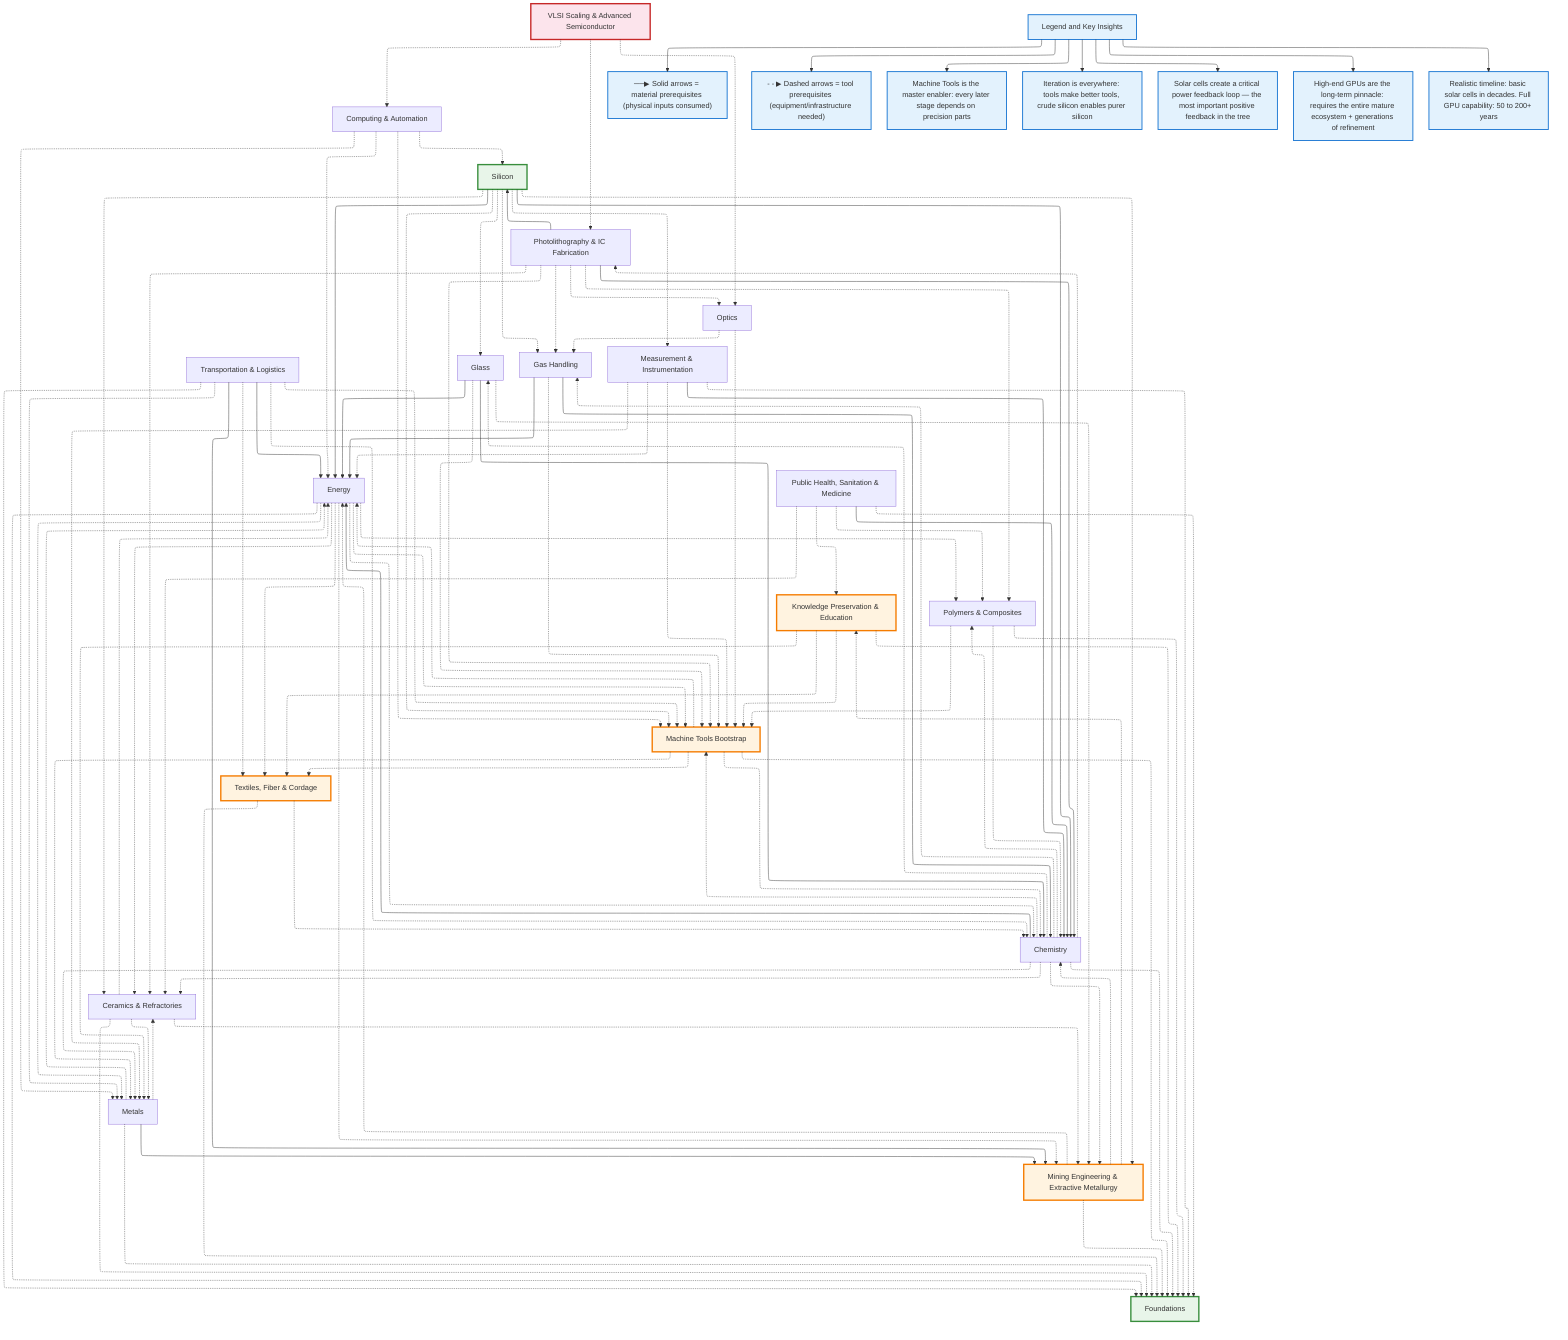
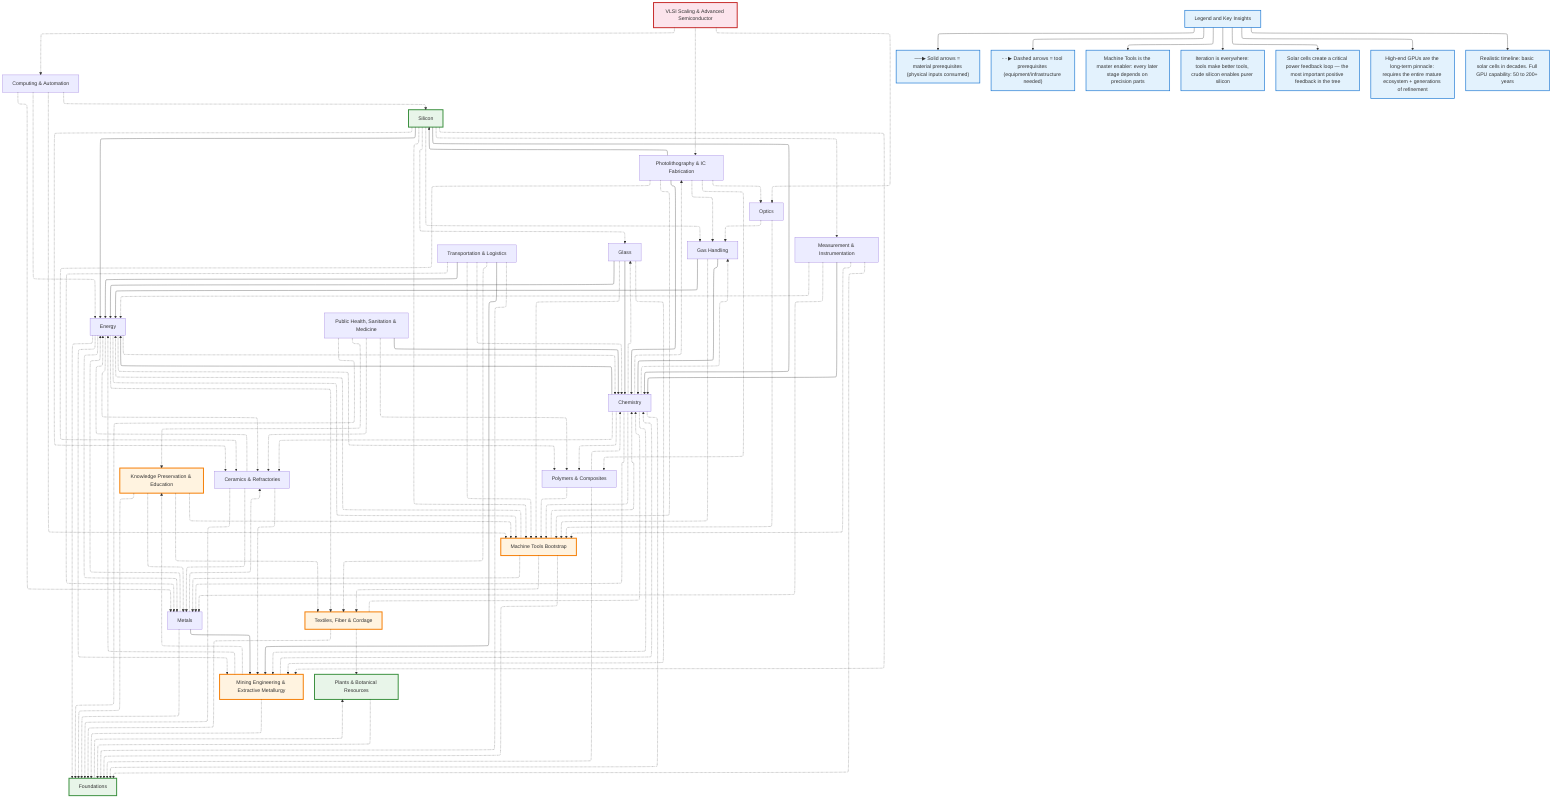
%%{init: {"flowchart": {"defaultRenderer": "elk", "htmlLabels": true}}}%%
graph TD
    %% ==================== DOMAIN NODES ====================
    foundations["Foundations"]
    metals["Metals"]
    machine-tools["Machine Tools Bootstrap"]
    energy["Energy"]
    chemistry["Chemistry"]
    silicon["Silicon"]
    photolithography["Photolithography & IC Fabrication"]
    vlsi-scaling["VLSI Scaling & Advanced Semiconductor"]
    knowledge["Knowledge Preservation & Education"]
    transport["Transportation & Logistics"]
    computing["Computing & Automation"]
    health["Public Health, Sanitation & Medicine"]
    textiles["Textiles, Fiber & Cordage"]
    mining["Mining Engineering & Extractive Metallurgy"]
    ceramics["Ceramics & Refractories"]
    polymers["Polymers & Composites"]
    glass["Glass"]
    optics["Optics"]
    gas-handling["Gas Handling"]
    measurement["Measurement & Instrumentation"]
+     plants["Plants & Botanical Resources"]

    %% ==================== DOMAIN-LEVEL EDGES ====================
    metals -.-> foundations
    metals --> mining
    machine-tools -.-> metals
    machine-tools -.-> textiles
    energy -.-> metals
    chemistry -.-> metals
    chemistry --> energy
    glass -.-> machine-tools
    optics -.-> machine-tools
    gas-handling -.-> machine-tools
    measurement -.-> machine-tools
    glass --> energy
    gas-handling --> energy
    glass --> chemistry
    gas-handling --> chemistry
    measurement --> chemistry
    silicon -.-> machine-tools
    silicon --> energy
    silicon --> chemistry
    silicon -.-> glass
    silicon -.-> gas-handling
    photolithography -.-> machine-tools
    photolithography --> chemistry
    photolithography -.-> gas-handling
    photolithography -.-> optics
    photolithography --> silicon
    vlsi-scaling -.-> photolithography
    knowledge -.-> foundations
    health -.-> foundations
    health --> chemistry
    ceramics -.-> foundations
    ceramics -.-> metals
    textiles -.-> foundations
    mining -.-> foundations
    transport -.-> metals
    transport --> energy
    transport --> mining
    transport -.-> machine-tools
    computing -.-> machine-tools
    polymers -.-> foundations

    %% ==================== CROSS-DOMAIN EDGES ====================
    ceramics -.-> energy
    ceramics -.-> mining
    chemistry -.-> ceramics
    chemistry -.-> foundations
    chemistry -.-> gas-handling
    chemistry -.-> glass
    chemistry -.-> machine-tools
    chemistry -.-> mining
    chemistry -.-> photolithography
    chemistry -.-> polymers
    computing -.-> energy
    computing -.-> metals
    computing -.-> silicon
    energy -.-> ceramics
    energy -.-> chemistry
    energy -.-> foundations
    energy -.-> machine-tools
    energy -.-> mining
    energy -.-> polymers
    energy -.-> textiles
+     foundations -.-> plants
    glass -.-> mining
    health -.-> ceramics
    health -.-> knowledge
    health -.-> polymers
    knowledge -.-> machine-tools
    knowledge -.-> metals
    knowledge -.-> textiles
    machine-tools -.-> chemistry
    machine-tools -.-> energy
    machine-tools -.-> foundations
    measurement -.-> energy
    measurement -.-> foundations
    measurement -.-> metals
    metals -.-> ceramics
    metals -.-> energy
    mining -.-> chemistry
    mining -.-> energy
    mining -.-> knowledge
    optics -.-> gas-handling
    photolithography -.-> ceramics
    photolithography -.-> polymers
+     plants -.-> foundations
    polymers -.-> chemistry
    polymers -.-> machine-tools
    silicon -.-> ceramics
    silicon -.-> measurement
    silicon -.-> mining
    textiles -.-> chemistry
+     textiles -.-> plants
    transport -.-> chemistry
    transport -.-> foundations
    transport -.-> textiles
    vlsi-scaling -.-> computing
    vlsi-scaling -.-> optics

    %% ==================== STYLING ====================
    classDef domain fill:#e3f2fd,stroke:#1976d2,stroke-width:2px
    classDef critical fill:#fff3e0,stroke:#f57c00,stroke-width:3px
    classDef earlyWin fill:#e8f5e9,stroke:#388e3c,stroke-width:3px
    classDef pinnacle fill:#fce4ec,stroke:#c62828,stroke-width:3px
    class foundations earlyWin
    class machine-tools critical
    class silicon earlyWin
    class vlsi-scaling pinnacle
    class knowledge critical
    class textiles critical
    class mining critical
+     class plants earlyWin

    %% ==================== LEGEND ====================
    Legend["Legend and Key Insights"]
    Legend --> Note0["──▶ Solid arrows = material prerequisites (physical inputs consumed)"]
    Legend --> Note0b["- - ▶ Dashed arrows = tool prerequisites (equipment/infrastructure needed)"]
    Legend --> Note1["Machine Tools is the master enabler: every later stage depends on precision parts"]
    Legend --> Note2["Iteration is everywhere: tools make better tools, crude silicon enables purer silicon"]
    Legend --> Note3["Solar cells create a critical power feedback loop — the most important positive feedback in the tree"]
    Legend --> Note4["High-end GPUs are the long-term pinnacle: requires the entire mature ecosystem + generations of refinement"]
    Legend --> Note5["Realistic timeline: basic solar cells in decades. Full GPU capability: 50 to 200+ years"]
    class Legend,Note0,Note0b,Note1,Note2,Note3,Note4,Note5 domain
